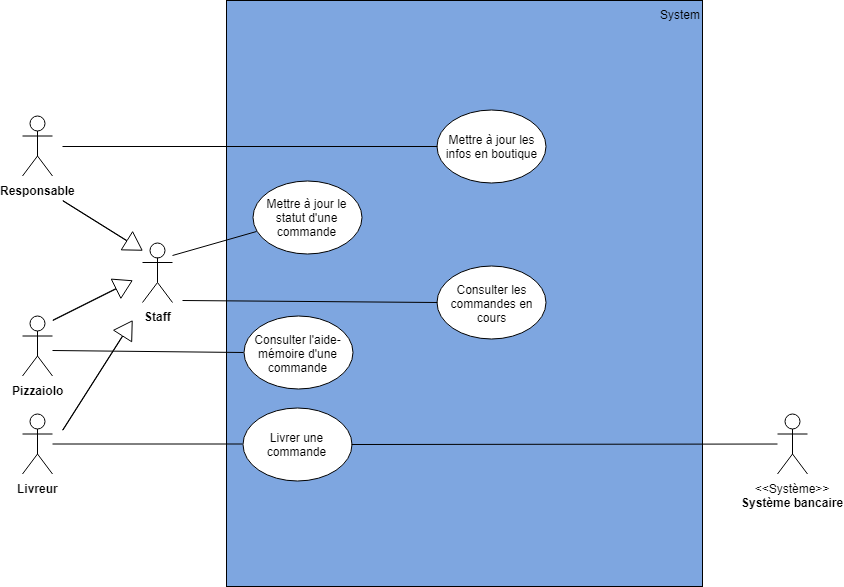
Before: Diagrammes/Diagramme CU Gestion Interne simplifiée.png, a diagram exported from draw.io (Siridian/OCPizzaSpecFonc). Source tidied: cells renumbered, new cells last; positions are measured from the earlier drawing's top-left corner, leaving out a move shared by most shapes. The source it was exported from:
```xml
<mxGraphModel>
  <root>
    <mxCell id="0" />
    <mxCell id="1" parent="0" />
    <mxCell id="2" value="&lt;div style=&quot;text-align: left&quot;&gt;&lt;span&gt;System&lt;/span&gt;&lt;/div&gt;" style="whiteSpace=wrap;html=1;horizontal=1;fillColor=#7EA6E0;verticalAlign=top;labelPosition=center;verticalLabelPosition=middle;align=right;spacingLeft=325;" parent="1" vertex="1">
      <mxGeometry x="204" width="476" height="586" as="geometry" />
    </mxCell>
    <mxCell id="3" value="&lt;b&gt;Responsable&lt;/b&gt;&lt;br&gt;" style="shape=umlActor;verticalLabelPosition=bottom;labelBackgroundColor=#ffffff;verticalAlign=top;html=1;" parent="1" vertex="1">
      <mxGeometry y="115.5" width="30" height="60" as="geometry" />
    </mxCell>
    <mxCell id="4" value="&lt;b&gt;Pizzaiolo&lt;/b&gt;" style="shape=umlActor;verticalLabelPosition=bottom;labelBackgroundColor=#ffffff;verticalAlign=top;html=1;" parent="1" vertex="1">
      <mxGeometry y="315.5" width="30" height="60" as="geometry" />
    </mxCell>
    <mxCell id="5" value="&lt;b&gt;Livreur&lt;br&gt;&lt;/b&gt;&lt;br&gt;" style="shape=umlActor;verticalLabelPosition=bottom;labelBackgroundColor=#ffffff;verticalAlign=top;html=1;outlineConnect=0;" parent="1" vertex="1">
      <mxGeometry y="413.5" width="30" height="60" as="geometry" />
    </mxCell>
    <mxCell id="6" value="Consulter les commandes en cours" style="ellipse;whiteSpace=wrap;html=1;" parent="1" vertex="1">
      <mxGeometry x="414.5" y="265.5" width="109" height="73" as="geometry" />
    </mxCell>
    <mxCell id="7" value="Consulter l'aide-mémoire d'une commande" style="ellipse;whiteSpace=wrap;html=1;" parent="1" vertex="1">
      <mxGeometry x="221" y="315.5" width="109" height="73" as="geometry" />
    </mxCell>
    <mxCell id="8" value="Livrer une commande&lt;br&gt;" style="ellipse;whiteSpace=wrap;html=1;" parent="1" vertex="1">
      <mxGeometry x="220" y="407" width="109" height="73" as="geometry" />
    </mxCell>
    <mxCell id="9" value="Mettre à jour les infos en boutique&lt;br&gt;" style="ellipse;whiteSpace=wrap;html=1;" parent="1" vertex="1">
      <mxGeometry x="414.5" y="109" width="109" height="73" as="geometry" />
    </mxCell>
    <mxCell id="10" style="endArrow=none;html=1;endFill=0;entryX=0;entryY=0.5;entryDx=0;entryDy=0;" parent="1" edge="1" target="9">
      <mxGeometry relative="1" as="geometry">
        <mxPoint x="40" y="146" as="sourcePoint" />
      </mxGeometry>
    </mxCell>
    <mxCell id="11" style="endArrow=none;html=1;endFill=0;entryX=0;entryY=0.5;entryDx=0;entryDy=0;" parent="1" edge="1" target="7">
      <mxGeometry relative="1" as="geometry">
        <mxPoint x="30" y="350" as="sourcePoint" />
      </mxGeometry>
    </mxCell>
    <mxCell id="12" style="endArrow=none;html=1;endFill=0;" parent="1" edge="1" source="5" target="8">
      <mxGeometry relative="1" as="geometry" />
    </mxCell>
    <mxCell id="13" style="endArrow=none;html=1;endFill=0;entryX=0;entryY=0.5;entryDx=0;entryDy=0;" parent="1" edge="1" target="6">
      <mxGeometry relative="1" as="geometry">
        <mxPoint x="160" y="300" as="sourcePoint" />
      </mxGeometry>
    </mxCell>
    <mxCell id="14" value="Mettre à jour le statut d'une commande" style="ellipse;whiteSpace=wrap;html=1;" parent="1" vertex="1">
      <mxGeometry x="230" y="180" width="109" height="73" as="geometry" />
    </mxCell>
    <mxCell id="15" style="endArrow=none;html=1;endFill=0;entryX=0.041;entryY=0.704;entryDx=0;entryDy=0;entryPerimeter=0;" parent="1" edge="1" target="14">
      <mxGeometry relative="1" as="geometry">
        <mxPoint x="150" y="255" as="sourcePoint" />
      </mxGeometry>
    </mxCell>
    <mxCell id="16" style="shape=flexArrow;endArrow=classic;html=1;width=0.4;endSize=5.616;exitX=0.292;exitY=0.044;exitDx=0;exitDy=0;entryX=1;entryY=1;entryDx=0;entryDy=0;exitPerimeter=0;" parent="1" edge="1" source="x">
      <mxGeometry relative="1" as="geometry">
        <mxPoint x="513" y="469" as="targetPoint" />
      </mxGeometry>
    </mxCell>
    <mxCell id="17" value="&lt;b&gt;Staff&lt;/b&gt;" style="shape=umlActor;verticalLabelPosition=bottom;labelBackgroundColor=#ffffff;verticalAlign=top;html=1;" parent="1" vertex="1">
      <mxGeometry x="120" y="242" width="30" height="60" as="geometry" />
    </mxCell>
    <mxCell id="18" style="shape=flexArrow;endArrow=classic;html=1;width=0.4;endSize=5.616;" parent="1" edge="1">
      <mxGeometry relative="1" as="geometry">
        <mxPoint x="40" y="200" as="sourcePoint" />
        <mxPoint x="120" y="250" as="targetPoint" />
      </mxGeometry>
    </mxCell>
    <mxCell id="19" style="shape=flexArrow;endArrow=classic;html=1;width=0.4;endSize=5.616;" parent="1" edge="1">
      <mxGeometry relative="1" as="geometry">
        <mxPoint x="30" y="320" as="sourcePoint" />
        <mxPoint x="110" y="280" as="targetPoint" />
      </mxGeometry>
    </mxCell>
    <mxCell id="20" style="shape=flexArrow;endArrow=classic;html=1;width=0.4;endSize=5.616;" parent="1" edge="1">
      <mxGeometry relative="1" as="geometry">
        <mxPoint x="40" y="430" as="sourcePoint" />
        <mxPoint x="110" y="320" as="targetPoint" />
      </mxGeometry>
    </mxCell>
    <mxCell id="21" value="&amp;lt;&amp;lt;Système&amp;gt;&amp;gt;&lt;br&gt;&lt;b&gt;Système bancaire&lt;br&gt;&lt;/b&gt;&lt;br&gt;" style="shape=umlActor;verticalLabelPosition=bottom;labelBackgroundColor=#ffffff;verticalAlign=top;html=1;outlineConnect=0;" parent="1" vertex="1">
      <mxGeometry x="755" y="413.5" width="30" height="60" as="geometry" />
    </mxCell>
    <mxCell id="22" style="endArrow=none;html=1;endFill=0;exitX=1;exitY=0.5;exitDx=0;exitDy=0;" parent="1" edge="1" source="8" target="21">
      <mxGeometry relative="1" as="geometry" />
    </mxCell>
    <mxCell id="23" style="shape=flexArrow;endArrow=classic;html=1;width=0.4;endSize=5.616;exitX=0.5;exitY=0;exitDx=0;exitDy=0;entryX=0;entryY=1;entryDx=0;entryDy=0;" parent="1" edge="1" source="x">
      <mxGeometry relative="1" as="geometry">
        <mxPoint x="436" y="469" as="targetPoint" />
      </mxGeometry>
    </mxCell>
  </root>
</mxGraphModel>
```
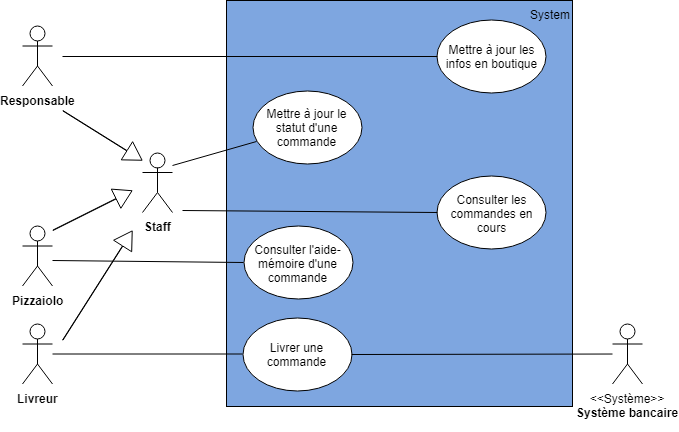
After the commit.

Commit message:
better simplified UC diagrams + final document filled with everything but Backoffice and Authentification

The edit, as a diff of the source:
```diff
@@ -3,7 +3,7 @@
     <mxCell id="0" />
     <mxCell id="1" parent="0" />
     <mxCell id="2" value="&lt;div style=&quot;text-align: left&quot;&gt;&lt;span&gt;System&lt;/span&gt;&lt;/div&gt;" style="whiteSpace=wrap;html=1;horizontal=1;fillColor=#7EA6E0;verticalAlign=top;labelPosition=center;verticalLabelPosition=middle;align=right;spacingLeft=325;" parent="1" vertex="1">
-      <mxGeometry x="204" width="476" height="586" as="geometry" />
+      <mxGeometry x="204" y="90" width="346" height="406" as="geometry" />
     </mxCell>
     <mxCell id="3" value="&lt;b&gt;Responsable&lt;/b&gt;&lt;br&gt;" style="shape=umlActor;verticalLabelPosition=bottom;labelBackgroundColor=#ffffff;verticalAlign=top;html=1;" parent="1" vertex="1">
       <mxGeometry y="115.5" width="30" height="60" as="geometry" />
@@ -52,11 +52,6 @@
         <mxPoint x="150" y="255" as="sourcePoint" />
       </mxGeometry>
     </mxCell>
-    <mxCell id="16" style="shape=flexArrow;endArrow=classic;html=1;width=0.4;endSize=5.616;exitX=0.292;exitY=0.044;exitDx=0;exitDy=0;entryX=1;entryY=1;entryDx=0;entryDy=0;exitPerimeter=0;" parent="1" edge="1" source="x">
-      <mxGeometry relative="1" as="geometry">
-        <mxPoint x="513" y="469" as="targetPoint" />
-      </mxGeometry>
-    </mxCell>
     <mxCell id="17" value="&lt;b&gt;Staff&lt;/b&gt;" style="shape=umlActor;verticalLabelPosition=bottom;labelBackgroundColor=#ffffff;verticalAlign=top;html=1;" parent="1" vertex="1">
       <mxGeometry x="120" y="242" width="30" height="60" as="geometry" />
     </mxCell>
@@ -79,15 +74,10 @@
       </mxGeometry>
     </mxCell>
     <mxCell id="21" value="&amp;lt;&amp;lt;Système&amp;gt;&amp;gt;&lt;br&gt;&lt;b&gt;Système bancaire&lt;br&gt;&lt;/b&gt;&lt;br&gt;" style="shape=umlActor;verticalLabelPosition=bottom;labelBackgroundColor=#ffffff;verticalAlign=top;html=1;outlineConnect=0;" parent="1" vertex="1">
-      <mxGeometry x="755" y="413.5" width="30" height="60" as="geometry" />
+      <mxGeometry x="590" y="413.5" width="30" height="60" as="geometry" />
     </mxCell>
     <mxCell id="22" style="endArrow=none;html=1;endFill=0;exitX=1;exitY=0.5;exitDx=0;exitDy=0;" parent="1" edge="1" source="8" target="21">
       <mxGeometry relative="1" as="geometry" />
     </mxCell>
-    <mxCell id="23" style="shape=flexArrow;endArrow=classic;html=1;width=0.4;endSize=5.616;exitX=0.5;exitY=0;exitDx=0;exitDy=0;entryX=0;entryY=1;entryDx=0;entryDy=0;" parent="1" edge="1" source="x">
-      <mxGeometry relative="1" as="geometry">
-        <mxPoint x="436" y="469" as="targetPoint" />
-      </mxGeometry>
-    </mxCell>
   </root>
 </mxGraphModel>
```
